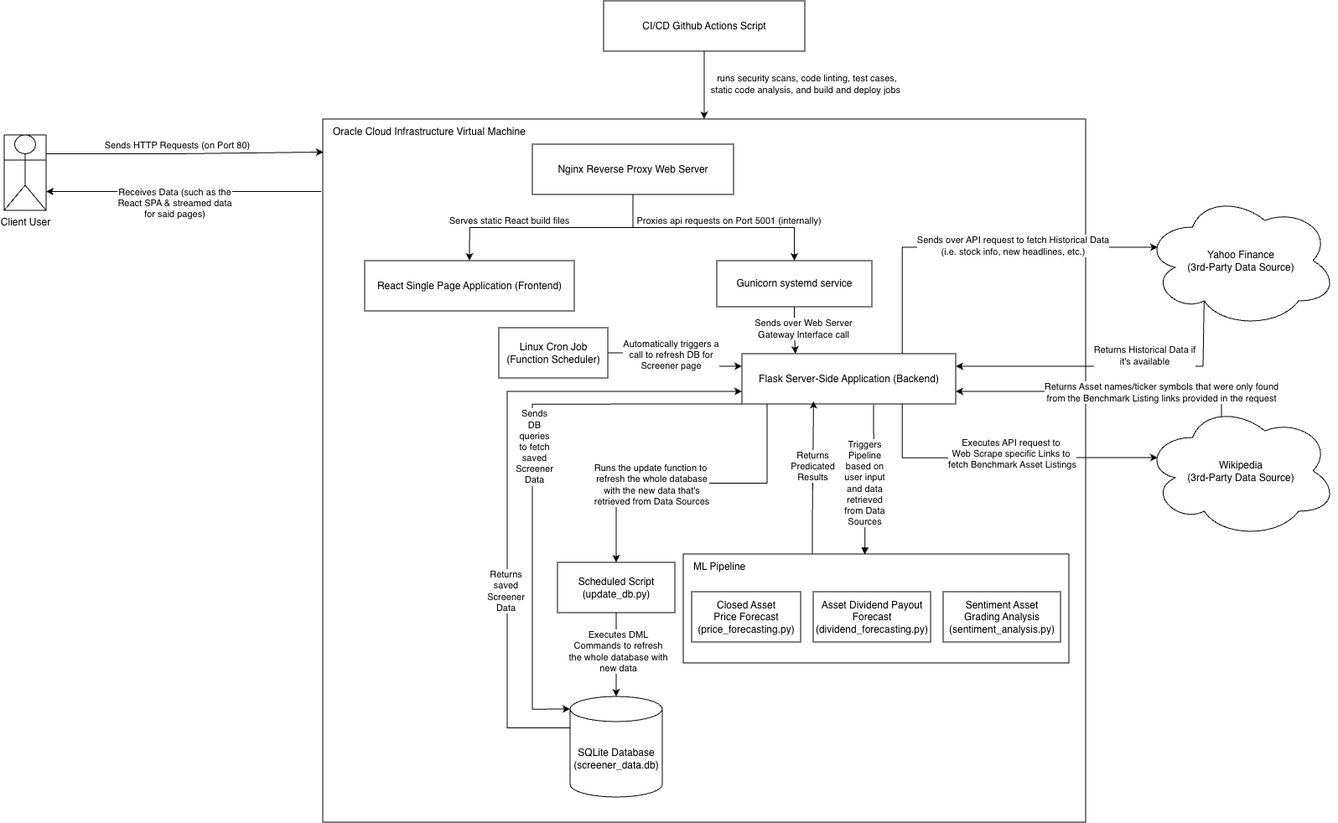
Before: imgs/stock-market-predictor-arch.png, a diagram exported from draw.io (lc2410/stock-market-predictor). Source tidied: cells renumbered, new cells last; positions are measured from the earlier drawing's top-left corner, leaving out a move shared by most shapes.
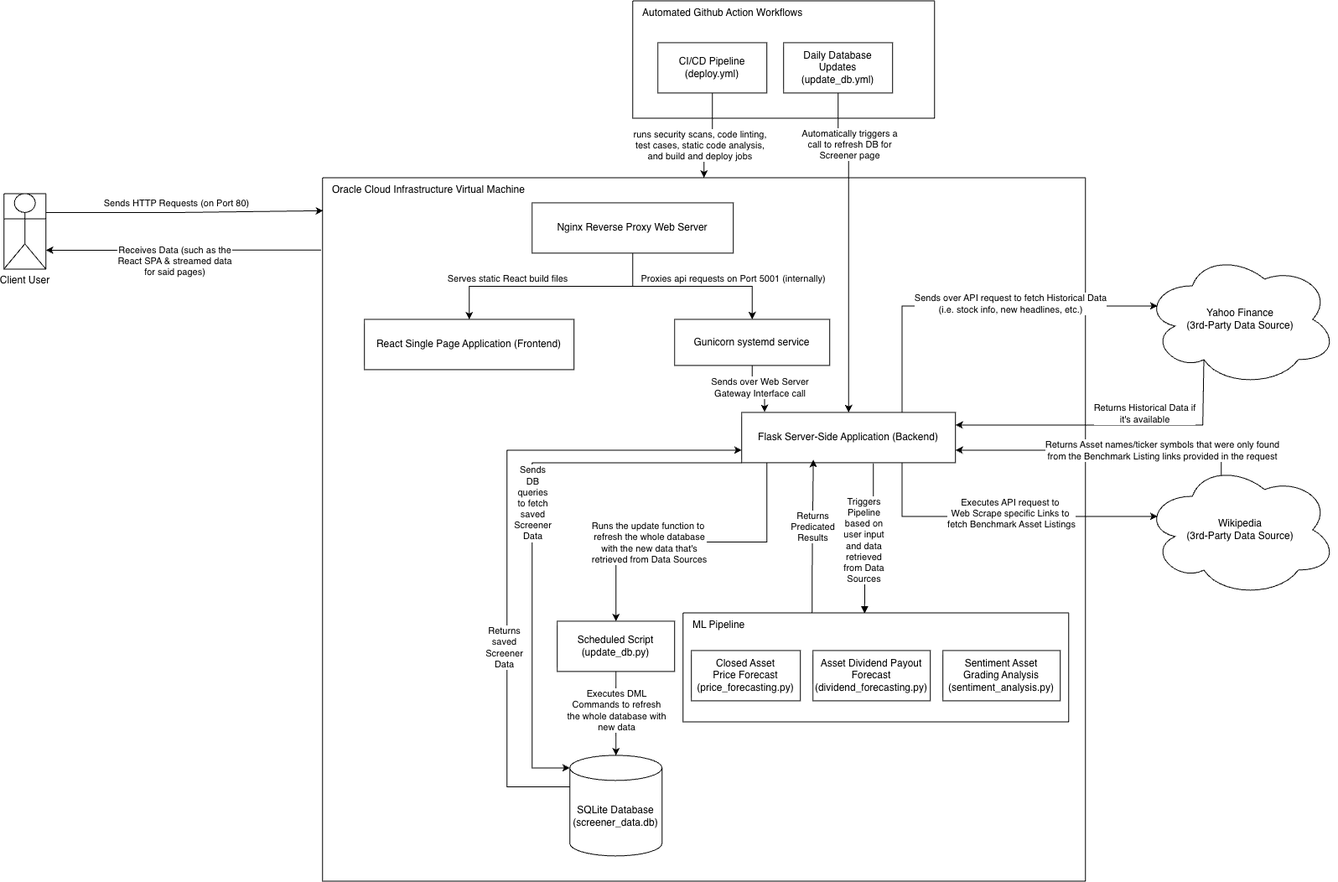
The same diagram one commit later.

The edit, as a diff of the source:
```diff
@@ -23,22 +23,22 @@
       <mxGeometry x="500" y="280" width="255" height="60" as="geometry" />
     </mxCell>
     <mxCell id="8" value="Gunicorn systemd service" style="rounded=0;whiteSpace=wrap;html=1;" parent="2" vertex="1">
-      <mxGeometry x="470" y="169" width="185" height="55" as="geometry" />
+      <mxGeometry x="420" y="169" width="185" height="55" as="geometry" />
     </mxCell>
     <mxCell id="9" style="edgeStyle=orthogonalEdgeStyle;rounded=0;jettySize=auto;html=1;exitX=0.5;exitY=1;exitDx=0;exitDy=0;entryX=0.5;entryY=0;entryDx=0;entryDy=0;" parent="2" edge="1" source="3" target="8">
       <mxGeometry relative="1" as="geometry" />
     </mxCell>
     <mxCell id="10" value="Proxies api requests on Port 5001 (internally)" style="edgeLabel;html=1;align=center;verticalAlign=middle;labelBackgroundColor=none;" parent="9" vertex="1">
       <mxGeometry x="-0.07" y="-1" relative="1" as="geometry">
-        <mxPoint x="24" y="-11" as="offset" />
+        <mxPoint x="56" y="-11" as="offset" />
       </mxGeometry>
     </mxCell>
-    <mxCell id="11" style="edgeStyle=orthogonalEdgeStyle;rounded=0;jettySize=auto;html=1;exitX=0.5;exitY=1;exitDx=0;exitDy=0;fillColor=none;entryX=0.25;entryY=0;entryDx=0;entryDy=0;" parent="2" edge="1" source="8" target="7">
+    <mxCell id="11" style="edgeStyle=orthogonalEdgeStyle;rounded=0;jettySize=auto;html=1;exitX=0.5;exitY=1;exitDx=0;exitDy=0;fillColor=none;entryX=0.107;entryY=-0.006;entryDx=0;entryDy=0;entryPerimeter=0;" parent="2" edge="1" source="8" target="7">
       <mxGeometry relative="1" as="geometry" />
     </mxCell>
     <mxCell id="12" value="Sends over Web Server&lt;br&gt;Gateway Interface call" style="edgeLabel;html=1;align=center;verticalAlign=middle;" parent="11" vertex="1">
       <mxGeometry x="0.15" relative="1" as="geometry">
-        <mxPoint x="8" y="-6" as="offset" />
+        <mxPoint x="-4" y="-3" as="offset" />
       </mxGeometry>
     </mxCell>
     <mxCell id="13" value="React Single Page Application (Frontend)" style="rounded=0;whiteSpace=wrap;html=1;" parent="2" vertex="1">
@@ -52,17 +52,6 @@
         <mxPoint x="-137" y="-12" as="offset" />
       </mxGeometry>
     </mxCell>
-    <mxCell id="16" style="edgeStyle=orthogonalEdgeStyle;rounded=0;jettySize=auto;html=1;exitX=1;exitY=0.5;exitDx=0;exitDy=0;entryX=0;entryY=0.25;entryDx=0;entryDy=0;" parent="2" edge="1" source="18" target="7">
-      <mxGeometry relative="1" as="geometry" />
-    </mxCell>
-    <mxCell id="17" value="Automatically triggers a&lt;br&gt;call to refresh DB for&lt;br&gt;Screener page" style="edgeLabel;html=1;align=center;verticalAlign=middle;" parent="16" vertex="1">
-      <mxGeometry x="0.05" relative="1" as="geometry">
-        <mxPoint x="-7" y="-12" as="offset" />
-      </mxGeometry>
-    </mxCell>
-    <mxCell id="18" value="Linux Cron Job&lt;br&gt;(Function Scheduler)" style="rounded=0;whiteSpace=wrap;html=1;" parent="2" vertex="1">
-      <mxGeometry x="210" y="249" width="130" height="60" as="geometry" />
-    </mxCell>
     <mxCell id="19" style="swimlane;startSize=0;" parent="2" vertex="1">
       <mxGeometry x="430" y="519" width="460" height="130" as="geometry" />
     </mxCell>
@@ -121,14 +110,11 @@
     <mxCell id="33" style="edgeStyle=orthogonalEdgeStyle;rounded=0;jettySize=auto;html=1;exitX=0.5;exitY=1;exitDx=0;exitDy=0;entryX=0.5;entryY=0;entryDx=0;entryDy=0;" parent="1" edge="1" source="35" target="2">
       <mxGeometry relative="1" as="geometry" />
     </mxCell>
-    <mxCell id="34" value="runs security scans, code linting, test cases,&lt;div&gt;static code analysis, and build and deploy jobs&amp;nbsp;&lt;/div&gt;" style="edgeLabel;html=1;align=center;verticalAlign=middle;" parent="33" vertex="1">
+    <mxCell id="34" value="runs security scans, code linting,&amp;nbsp;&lt;div&gt;test cases,&amp;nbsp;&lt;span style=&quot;background-color: light-dark(#ffffff, var(--ge-dark-color, #121212)); color: light-dark(rgb(0, 0, 0), rgb(255, 255, 255));&quot;&gt;static code analysis,&amp;nbsp;&lt;/span&gt;&lt;/div&gt;&lt;div&gt;&lt;span style=&quot;background-color: light-dark(#ffffff, var(--ge-dark-color, #121212)); color: light-dark(rgb(0, 0, 0), rgb(255, 255, 255));&quot;&gt;and build and deploy jobs&amp;nbsp;&lt;/span&gt;&lt;/div&gt;" style="edgeLabel;html=1;align=center;verticalAlign=middle;" parent="33" vertex="1">
       <mxGeometry x="-0.12" relative="1" as="geometry">
-        <mxPoint x="120" y="1" as="offset" />
+        <mxPoint x="-15" y="11" as="offset" />
       </mxGeometry>
     </mxCell>
-    <mxCell id="35" value="CI/CD Github Actions Script" style="rounded=0;whiteSpace=wrap;html=1;" parent="1" vertex="1">
-      <mxGeometry x="715" width="240" height="60" as="geometry" />
-    </mxCell>
     <mxCell id="36" style="edgeStyle=orthogonalEdgeStyle;rounded=0;jettySize=auto;html=1;exitX=1;exitY=0.25;exitDx=0;exitDy=0;entryX=0.001;entryY=0.047;entryDx=0;entryDy=0;entryPerimeter=0;" parent="1" edge="1" source="31" target="2">
       <mxGeometry relative="1" as="geometry" />
     </mxCell>
@@ -215,5 +201,30 @@
         <mxPoint y="15" as="offset" />
       </mxGeometry>
     </mxCell>
+    <mxCell id="16" style="edgeStyle=orthogonalEdgeStyle;rounded=0;jettySize=auto;html=1;exitX=0.5;exitY=1;exitDx=0;exitDy=0;entryX=0.5;entryY=0;entryDx=0;entryDy=0;" parent="1" edge="1" source="18" target="7">
+      <mxGeometry relative="1" as="geometry">
+        <Array as="points">
+          <mxPoint x="995" y="110" />
+          <mxPoint x="1007.6" y="110" />
+        </Array>
+      </mxGeometry>
+    </mxCell>
+    <mxCell id="17" value="Automatically triggers a&lt;br&gt;call to refresh DB for&lt;br&gt;Screener page" style="edgeLabel;html=1;align=center;verticalAlign=middle;" parent="16" vertex="1">
+      <mxGeometry x="0.05" relative="1" as="geometry">
+        <mxPoint y="-135" as="offset" />
+      </mxGeometry>
+    </mxCell>
+    <mxCell id="54" style="swimlane;startSize=0;" parent="1" vertex="1">
+      <mxGeometry x="750" y="-70" width="360" height="140" as="geometry" />
+    </mxCell>
+    <mxCell id="55" value="Automated Github Action Workflows" style="text;html=1;align=left;verticalAlign=middle;strokeColor=none;fillColor=none;" parent="54" vertex="1">
+      <mxGeometry x="10" width="210" height="30" as="geometry" />
+    </mxCell>
+    <mxCell id="35" value="CI/CD Pipeline&lt;br&gt;(deploy.yml)" style="rounded=0;whiteSpace=wrap;html=1;" parent="54" vertex="1">
+      <mxGeometry x="30" y="50" width="130" height="60" as="geometry" />
+    </mxCell>
+    <mxCell id="18" value="Daily Database Updates&lt;br&gt;(update_db.yml)" style="rounded=0;whiteSpace=wrap;html=1;" parent="54" vertex="1">
+      <mxGeometry x="180" y="50" width="130" height="60" as="geometry" />
+    </mxCell>
   </root>
 </mxGraphModel>
```
